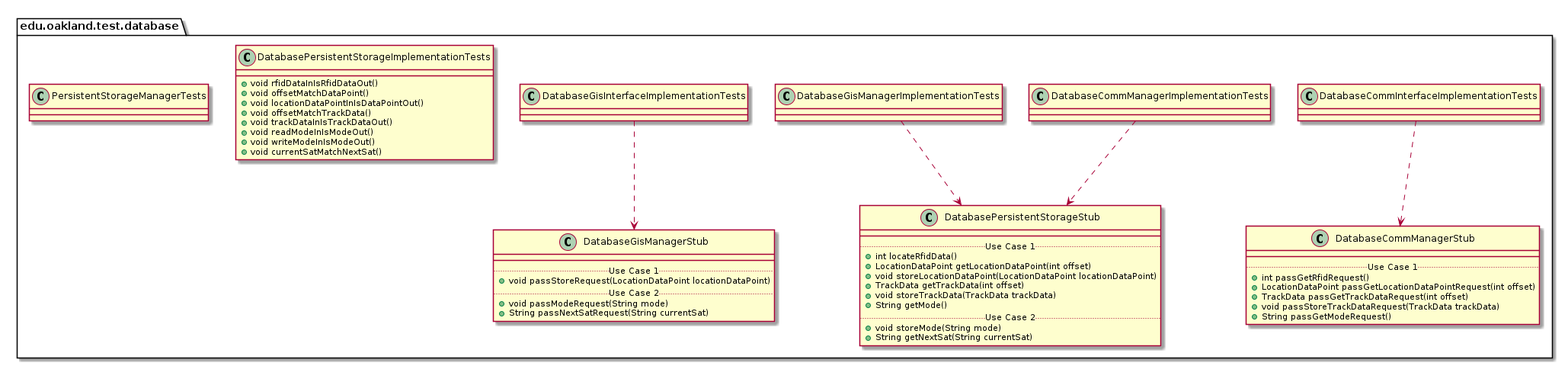
This is docs/uml-class-diagrams/database/test/DatabaseTestPackage_InternalDependencies.png from elilley15/csi-3370-software-project, a PlantUML export, as it was before one commit.
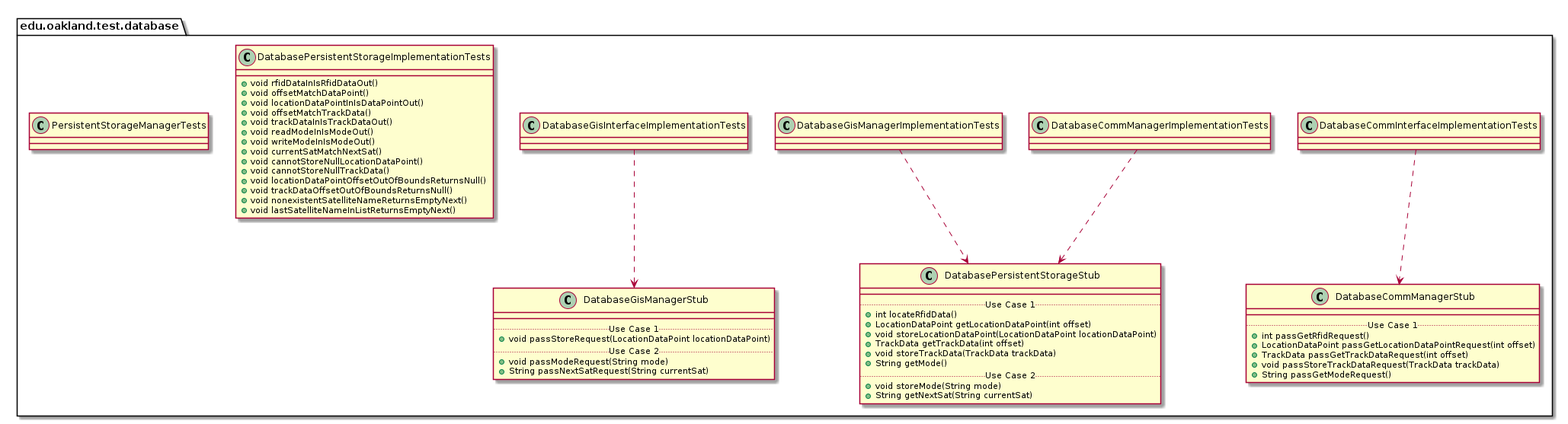
The same diagram one commit later.

Change to the diagram source:
```diff
@@ -93,6 +93,12 @@
         + void readModeInIsModeOut()
         + void writeModeInIsModeOut()
         + void currentSatMatchNextSat()
+        + void cannotStoreNullLocationDataPoint()
+        + void cannotStoreNullTrackData()
+        + void locationDataPointOffsetOutOfBoundsReturnsNull()
+        + void trackDataOffsetOutOfBoundsReturnsNull()
+        + void nonexistentSatelliteNameReturnsEmptyNext()
+        + void lastSatelliteNameInListReturnsEmptyNext()
     }
 }
 
```
